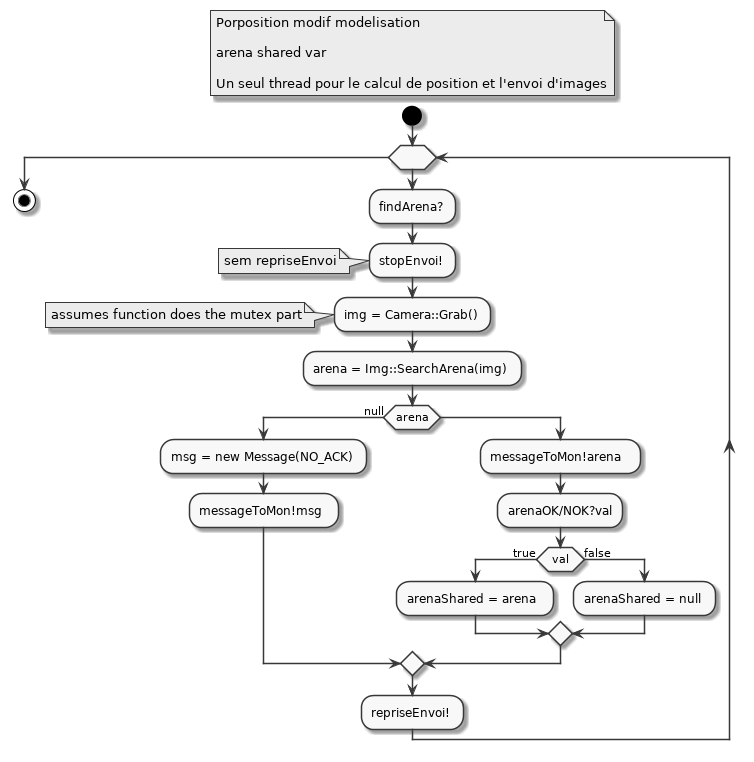
Earlier version of the PlantUML export diags/img/th_calibration.png (Bobillot/BE_Temps_Reel).
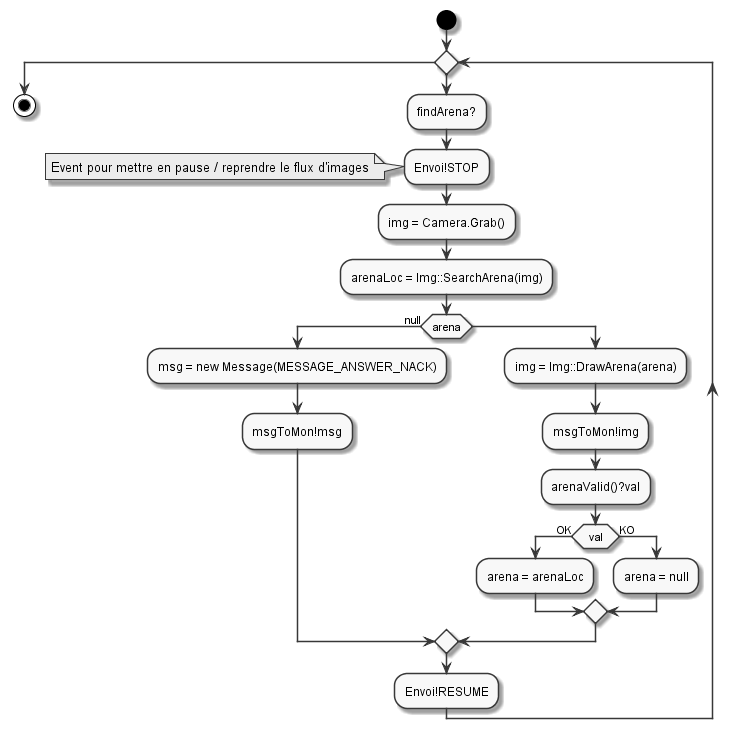
Later version of the same file.

What changed in the source:
```diff
@@ -1,43 +1,34 @@
-@startuml th_get_image_mod
+@startuml th_calibration
 
 skinparam monochrome true
-
-floating note left
-    Porposition modif modelisation
-
-    arena shared var
-
-    Un seul thread pour le calcul de position et l'envoi d'images
-end note
 
 start
 
 while ( )
     :findArena?;
 
-    :stopEnvoi!;
-    note : sem repriseEnvoi
+    :Envoi!STOP;
+    note : Event pour mettre en pause / reprendre le flux d'images
 
-    :img = Camera::Grab();
-    note : assumes function does the mutex part
+    :img = Camera.Grab();
 
-    :arena = Img::SearchArena(img);
+    :arenaLoc = Img::SearchArena(img);
 
     if (arena) then (null)
-        :msg = new Message(NO_ACK);
-        :messageToMon!msg;
+        :msg = new Message(MESSAGE_ANSWER_NACK);
+        :msgToMon!msg;
     else
-        :messageToMon!arena;
-        :arenaOK/NOK?val;
-        if(val) then (true)
-            :arenaShared = arena;
-        else (false)
-            :arenaShared = null;
+        :img = Img::DrawArena(arena);
+        :msgToMon!img;
+        :arenaValid()?val;
+        if(val) then (OK)
+            :arena = arenaLoc;
+        else (KO)
+            :arena = null;
         endif
     endif
 
-    :repriseEnvoi!;
-
+    :Envoi!RESUME;
 
 endwhile
 
```
